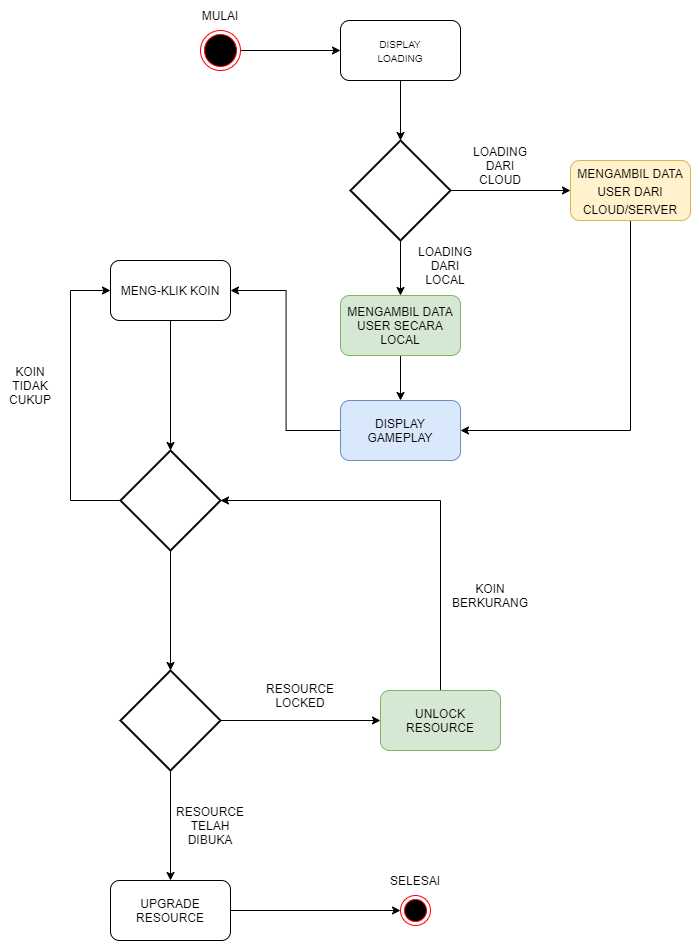
Above: Activity Diagram.drawio.png in andreasmarbun14/Diagram-Draw-io (draw.io), before the change. Source tidied: cells renumbered, new cells last; positions are measured from the earlier drawing's top-left corner, leaving out a move shared by most shapes.
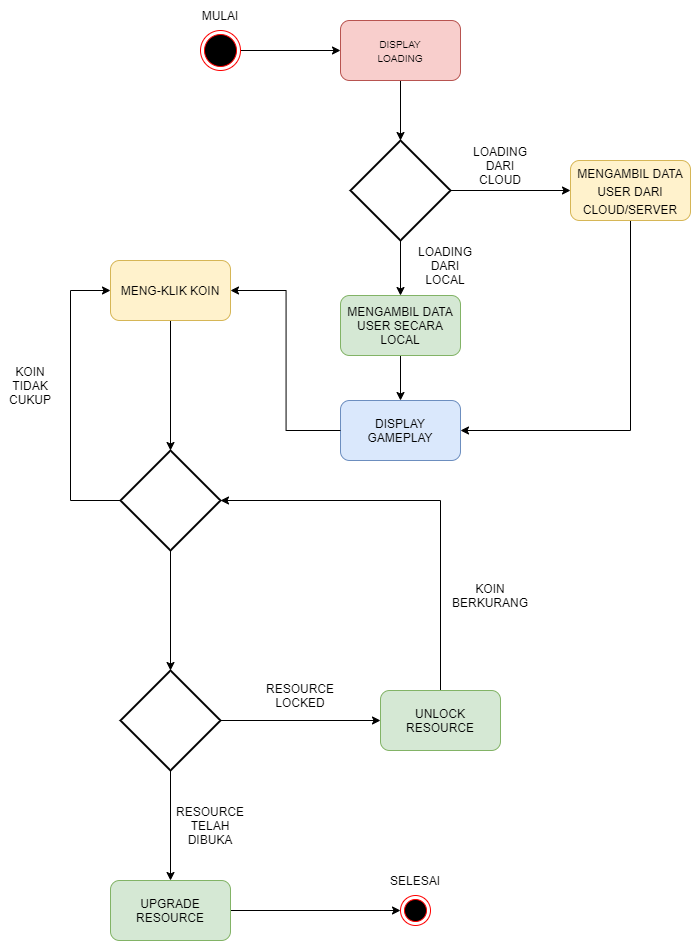
Above is the later version.

The edit, as a diff of the source:
```diff
@@ -14,7 +14,7 @@
     <mxCell id="5" style="edgeStyle=orthogonalEdgeStyle;rounded=0;jettySize=auto;html=1;entryX=0.5;entryY=0;entryDx=0;entryDy=0;entryPerimeter=0;fontSize=12;" parent="1" edge="1" source="6" target="9">
       <mxGeometry relative="1" as="geometry" />
     </mxCell>
-    <mxCell id="6" value="&lt;font size=&quot;1&quot;&gt;DISPLAY&lt;br&gt;LOADING&lt;br&gt;&lt;/font&gt;" style="rounded=1;whiteSpace=wrap;html=1;" parent="1" vertex="1">
+    <mxCell id="6" value="&lt;font size=&quot;1&quot;&gt;DISPLAY&lt;br&gt;LOADING&lt;br&gt;&lt;/font&gt;" style="rounded=1;whiteSpace=wrap;html=1;fillColor=#f8cecc;strokeColor=#b85450;" parent="1" vertex="1">
       <mxGeometry x="340" y="20" width="120" height="60" as="geometry" />
     </mxCell>
     <mxCell id="7" style="edgeStyle=orthogonalEdgeStyle;rounded=0;jettySize=auto;html=1;entryX=0.5;entryY=0;entryDx=0;entryDy=0;fontSize=12;" parent="1" edge="1" source="9" target="14">
@@ -54,7 +54,7 @@
     <mxCell id="17" style="edgeStyle=orthogonalEdgeStyle;rounded=0;jettySize=auto;html=1;entryX=0.5;entryY=0;entryDx=0;entryDy=0;entryPerimeter=0;fontSize=12;" parent="1" edge="1" source="18" target="22">
       <mxGeometry relative="1" as="geometry" />
     </mxCell>
-    <mxCell id="18" value="MENG-KLIK KOIN" style="rounded=1;whiteSpace=wrap;html=1;fontSize=12;" parent="1" vertex="1">
+    <mxCell id="18" value="MENG-KLIK KOIN" style="rounded=1;whiteSpace=wrap;html=1;fontSize=12;fillColor=#fff2cc;strokeColor=#d6b656;" parent="1" vertex="1">
       <mxGeometry x="110" y="260" width="120" height="60" as="geometry" />
     </mxCell>
     <mxCell id="19" style="edgeStyle=elbowEdgeStyle;elbow=horizontal;endArrow=classic;html=1;rounded=0;fontSize=12;entryX=1;entryY=0.5;entryDx=0;entryDy=0;exitX=0;exitY=0.5;exitDx=0;exitDy=0;" parent="1" edge="1" source="16" target="18">
@@ -105,7 +105,7 @@
     <mxCell id="31" style="edgeStyle=orthogonalEdgeStyle;rounded=0;jettySize=auto;html=1;entryX=0;entryY=0.5;entryDx=0;entryDy=0;fontSize=12;" parent="1" edge="1" source="32" target="34">
       <mxGeometry relative="1" as="geometry" />
     </mxCell>
-    <mxCell id="32" value="UPGRADE RESOURCE" style="rounded=1;whiteSpace=wrap;html=1;fontSize=12;" parent="1" vertex="1">
+    <mxCell id="32" value="UPGRADE RESOURCE" style="rounded=1;whiteSpace=wrap;html=1;fontSize=12;fillColor=#d5e8d4;strokeColor=#82b366;" parent="1" vertex="1">
       <mxGeometry x="110" y="880" width="120" height="60" as="geometry" />
     </mxCell>
     <mxCell id="33" value="RESOURCE&lt;br&gt;TELAH&lt;br&gt;DIBUKA" style="text;html=1;strokeColor=none;fillColor=none;align=center;verticalAlign=middle;whiteSpace=wrap;rounded=0;fontSize=12;" parent="1" vertex="1">
```
